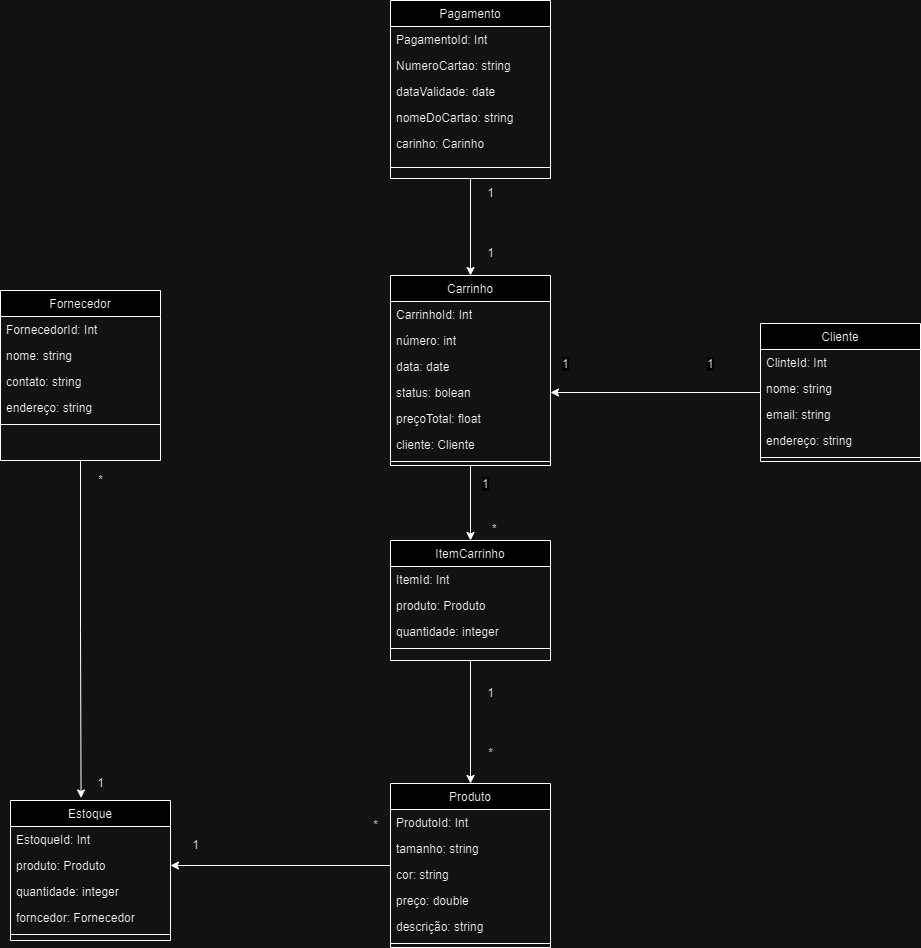
Above: imagem drawio/diagrama.png in Aramischangchain/camisa_online (draw.io), before the change. Source tidied: cells renumbered, new cells last; positions are measured from the earlier drawing's top-left corner, leaving out a move shared by most shapes.
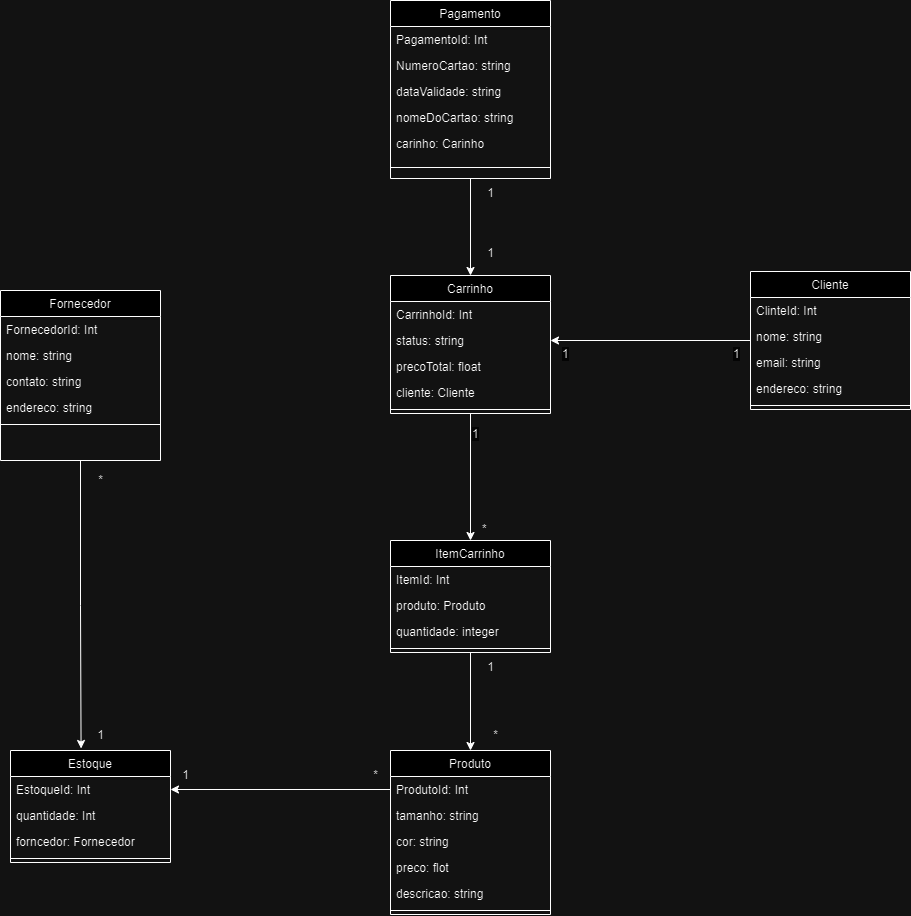
After the commit.

Diff of the diagram source:
```diff
@@ -6,7 +6,7 @@
       <mxGeometry relative="1" as="geometry" />
     </mxCell>
     <mxCell id="3" value="Cliente" style="swimlane;fontStyle=0;align=center;verticalAlign=top;horizontal=1;startSize=26;rounded=0;shadow=0;strokeWidth=1;" parent="1" vertex="1">
-      <mxGeometry x="760" y="323" width="160" height="138" as="geometry" />
+      <mxGeometry x="750" y="271" width="160" height="138" as="geometry" />
     </mxCell>
     <mxCell id="4" value="ClinteId: Int" style="text;align=left;verticalAlign=top;spacingLeft=4;spacingRight=4;overflow=hidden;" parent="3" vertex="1">
       <mxGeometry y="26" width="160" height="26" as="geometry" />
@@ -17,7 +17,7 @@
     <mxCell id="6" value="email: string  " style="text;align=left;verticalAlign=top;spacingLeft=4;spacingRight=4;overflow=hidden;rounded=0;shadow=0;html=0;" parent="3" vertex="1">
       <mxGeometry y="78" width="160" height="26" as="geometry" />
     </mxCell>
-    <mxCell id="7" value="endereço: string" style="text;align=left;verticalAlign=top;spacingLeft=4;spacingRight=4;overflow=hidden;rounded=0;shadow=0;html=0;" parent="3" vertex="1">
+    <mxCell id="7" value="endereco: string" style="text;align=left;verticalAlign=top;spacingLeft=4;spacingRight=4;overflow=hidden;rounded=0;shadow=0;html=0;" parent="3" vertex="1">
       <mxGeometry y="104" width="160" height="26" as="geometry" />
     </mxCell>
     <mxCell id="8" style="line;html=1;strokeWidth=1;align=left;verticalAlign=middle;spacingTop=-1;spacingLeft=3;spacingRight=3;labelPosition=right;" parent="3" vertex="1">
@@ -27,34 +27,28 @@
       <mxGeometry relative="1" as="geometry" />
     </mxCell>
     <mxCell id="10" value="Carrinho" style="swimlane;fontStyle=0;align=center;verticalAlign=top;horizontal=1;startSize=26;rounded=0;shadow=0;strokeWidth=1;" parent="1" vertex="1">
-      <mxGeometry x="390" y="275" width="160" height="190" as="geometry" />
+      <mxGeometry x="390" y="275" width="160" height="138" as="geometry" />
     </mxCell>
     <mxCell id="11" value="CarrinhoId: Int" style="text;align=left;verticalAlign=top;spacingLeft=4;spacingRight=4;overflow=hidden;" parent="10" vertex="1">
       <mxGeometry y="26" width="160" height="26" as="geometry" />
     </mxCell>
-    <mxCell id="12" value="número: int" style="text;align=left;verticalAlign=top;spacingLeft=4;spacingRight=4;overflow=hidden;" parent="10" vertex="1">
-      <mxGeometry y="52" width="160" height="26" as="geometry" />
-    </mxCell>
-    <mxCell id="13" value="data: date  " style="text;align=left;verticalAlign=top;spacingLeft=4;spacingRight=4;overflow=hidden;rounded=0;shadow=0;html=0;" parent="10" vertex="1">
-      <mxGeometry y="78" width="160" height="26" as="geometry" />
-    </mxCell>
-    <mxCell id="14" value="status: bolean" style="text;align=left;verticalAlign=top;spacingLeft=4;spacingRight=4;overflow=hidden;points=[[0,0.5],[1,0.5]];portConstraint=eastwest;rounded=0;shadow=0;html=0;" parent="10" vertex="1">
-      <mxGeometry y="104" width="160" height="26" as="geometry" />
+    <mxCell id="14" value="status: string" style="text;align=left;verticalAlign=top;spacingLeft=4;spacingRight=4;overflow=hidden;points=[[0,0.5],[1,0.5]];portConstraint=eastwest;rounded=0;shadow=0;html=0;" parent="10" vertex="1">
+      <mxGeometry y="52" width="160" height="26" as="geometry" />
     </mxCell>
-    <mxCell id="15" value="preçoTotal: float" style="text;align=left;verticalAlign=top;spacingLeft=4;spacingRight=4;overflow=hidden;rounded=0;shadow=0;html=0;" parent="10" vertex="1">
-      <mxGeometry y="130" width="160" height="26" as="geometry" />
+    <mxCell id="15" value="precoTotal: float" style="text;align=left;verticalAlign=top;spacingLeft=4;spacingRight=4;overflow=hidden;rounded=0;shadow=0;html=0;" parent="10" vertex="1">
+      <mxGeometry y="78" width="160" height="26" as="geometry" />
     </mxCell>
     <mxCell id="16" value="cliente: Cliente" style="text;align=left;verticalAlign=top;spacingLeft=4;spacingRight=4;overflow=hidden;rounded=0;shadow=0;html=0;" parent="10" vertex="1">
-      <mxGeometry y="156" width="160" height="26" as="geometry" />
+      <mxGeometry y="104" width="160" height="26" as="geometry" />
     </mxCell>
     <mxCell id="17" style="line;html=1;strokeWidth=1;align=left;verticalAlign=middle;spacingTop=-1;spacingLeft=3;spacingRight=3;labelPosition=right;" parent="10" vertex="1">
-      <mxGeometry y="182" width="160" height="8" as="geometry" />
+      <mxGeometry y="130" width="160" height="8" as="geometry" />
     </mxCell>
     <mxCell id="18" style="edgeStyle=orthogonalEdgeStyle;rounded=0;jettySize=auto;html=1;entryX=0.5;entryY=0;entryDx=0;entryDy=0;" parent="1" edge="1" source="19" target="26">
       <mxGeometry relative="1" as="geometry" />
     </mxCell>
     <mxCell id="19" value="ItemCarrinho" style="swimlane;fontStyle=0;align=center;verticalAlign=top;horizontal=1;startSize=26;rounded=0;shadow=0;strokeWidth=1;" parent="1" vertex="1">
-      <mxGeometry x="390" y="540" width="160" height="120" as="geometry" />
+      <mxGeometry x="390" y="540" width="160" height="112" as="geometry" />
     </mxCell>
     <mxCell id="20" value="ItemId: Int" style="text;align=left;verticalAlign=top;spacingLeft=4;spacingRight=4;overflow=hidden;" parent="19" vertex="1">
       <mxGeometry y="26" width="160" height="26" as="geometry" />
@@ -69,13 +63,10 @@
       <mxGeometry y="104" width="160" height="8" as="geometry" />
     </mxCell>
     <mxCell id="24" value="&lt;span style=&quot;color: rgb(0, 0, 0); font-family: Helvetica; font-size: 12px; font-style: normal; font-variant-ligatures: normal; font-variant-caps: normal; font-weight: 400; letter-spacing: normal; orphans: 2; text-align: right; text-indent: 0px; text-transform: none; widows: 2; word-spacing: 0px; -webkit-text-stroke-width: 0px; background-color: rgb(251, 251, 251); text-decoration-thickness: initial; text-decoration-style: initial; text-decoration-color: initial; float: none; display: inline !important;&quot;&gt;1&lt;/span&gt;" style="text;whiteSpace=wrap;html=1;" parent="1" vertex="1">
-      <mxGeometry x="480" y="470" width="40" height="20" as="geometry" />
+      <mxGeometry x="470" y="420" width="40" height="20" as="geometry" />
     </mxCell>
-    <mxCell id="25" style="edgeStyle=orthogonalEdgeStyle;rounded=0;jettySize=auto;html=1;entryX=1;entryY=0.5;entryDx=0;entryDy=0;" parent="1" edge="1" source="26" target="41">
-      <mxGeometry relative="1" as="geometry" />
-    </mxCell>
     <mxCell id="26" value="Produto" style="swimlane;fontStyle=0;align=center;verticalAlign=top;horizontal=1;startSize=26;rounded=0;shadow=0;strokeWidth=1;" parent="1" vertex="1">
-      <mxGeometry x="390" y="783" width="160" height="164" as="geometry" />
+      <mxGeometry x="390" y="750" width="160" height="164" as="geometry" />
     </mxCell>
     <mxCell id="27" value="ProdutoId: Int" style="text;align=left;verticalAlign=top;spacingLeft=4;spacingRight=4;overflow=hidden;points=[[0,0.5],[1,0.5]];portConstraint=eastwest;" parent="26" vertex="1">
       <mxGeometry y="26" width="160" height="26" as="geometry" />
@@ -86,10 +77,10 @@
     <mxCell id="29" value="cor: string" style="text;align=left;verticalAlign=top;spacingLeft=4;spacingRight=4;overflow=hidden;rounded=0;shadow=0;html=0;" parent="26" vertex="1">
       <mxGeometry y="78" width="160" height="26" as="geometry" />
     </mxCell>
-    <mxCell id="30" value="preço: double" style="text;align=left;verticalAlign=top;spacingLeft=4;spacingRight=4;overflow=hidden;rounded=0;shadow=0;html=0;" parent="26" vertex="1">
+    <mxCell id="30" value="preco: flot" style="text;align=left;verticalAlign=top;spacingLeft=4;spacingRight=4;overflow=hidden;rounded=0;shadow=0;html=0;" parent="26" vertex="1">
       <mxGeometry y="104" width="160" height="26" as="geometry" />
     </mxCell>
-    <mxCell id="31" value="descrição: string" style="text;align=left;verticalAlign=top;spacingLeft=4;spacingRight=4;overflow=hidden;rounded=0;shadow=0;html=0;" parent="26" vertex="1">
+    <mxCell id="31" value="descricao: string" style="text;align=left;verticalAlign=top;spacingLeft=4;spacingRight=4;overflow=hidden;rounded=0;shadow=0;html=0;" parent="26" vertex="1">
       <mxGeometry y="130" width="160" height="26" as="geometry" />
     </mxCell>
     <mxCell id="32" style="line;html=1;strokeWidth=1;align=left;verticalAlign=middle;spacingTop=-1;spacingLeft=3;spacingRight=3;labelPosition=right;" parent="26" vertex="1">
@@ -107,29 +98,26 @@
     <mxCell id="36" value="contato: string  " style="text;align=left;verticalAlign=top;spacingLeft=4;spacingRight=4;overflow=hidden;rounded=0;shadow=0;html=0;" parent="33" vertex="1">
       <mxGeometry y="78" width="160" height="26" as="geometry" />
     </mxCell>
-    <mxCell id="37" value="endereço: string" style="text;align=left;verticalAlign=top;spacingLeft=4;spacingRight=4;overflow=hidden;rounded=0;shadow=0;html=0;" parent="33" vertex="1">
+    <mxCell id="37" value="endereco: string" style="text;align=left;verticalAlign=top;spacingLeft=4;spacingRight=4;overflow=hidden;rounded=0;shadow=0;html=0;" parent="33" vertex="1">
       <mxGeometry y="104" width="160" height="26" as="geometry" />
     </mxCell>
     <mxCell id="38" style="line;html=1;strokeWidth=1;align=left;verticalAlign=middle;spacingTop=-1;spacingLeft=3;spacingRight=3;labelPosition=right;" parent="33" vertex="1">
       <mxGeometry y="130" width="160" height="8" as="geometry" />
     </mxCell>
     <mxCell id="39" value="Estoque" style="swimlane;fontStyle=0;align=center;verticalAlign=top;horizontal=1;startSize=26;rounded=0;shadow=0;strokeWidth=1;" parent="1" vertex="1">
-      <mxGeometry x="10" y="800" width="160" height="140" as="geometry" />
+      <mxGeometry x="10" y="750" width="160" height="112" as="geometry" />
     </mxCell>
     <mxCell id="40" value="EstoqueId: Int" style="text;align=left;verticalAlign=top;spacingLeft=4;spacingRight=4;overflow=hidden;points=[[0,0.5],[1,0.5]];portConstraint=eastwest;" parent="39" vertex="1">
       <mxGeometry y="26" width="160" height="26" as="geometry" />
     </mxCell>
-    <mxCell id="41" value="produto: Produto" style="text;align=left;verticalAlign=top;spacingLeft=4;spacingRight=4;overflow=hidden;points=[[0,0.5],[1,0.5]];portConstraint=eastwest;" parent="39" vertex="1">
-      <mxGeometry y="52" width="160" height="26" as="geometry" />
-    </mxCell>
-    <mxCell id="42" value="quantidade: integer" style="text;align=left;verticalAlign=top;spacingLeft=4;spacingRight=4;overflow=hidden;rounded=0;shadow=0;html=0;" parent="39" vertex="1">
-      <mxGeometry y="78" width="160" height="26" as="geometry" />
+    <mxCell id="42" value="quantidade: Int" style="text;align=left;verticalAlign=top;spacingLeft=4;spacingRight=4;overflow=hidden;rounded=0;shadow=0;html=0;" parent="39" vertex="1">
+      <mxGeometry y="52" width="160" height="26" as="geometry" />
     </mxCell>
     <mxCell id="43" value="forncedor: Fornecedor" style="text;align=left;verticalAlign=top;spacingLeft=4;spacingRight=4;overflow=hidden;rounded=0;shadow=0;html=0;" parent="39" vertex="1">
-      <mxGeometry y="104" width="160" height="26" as="geometry" />
+      <mxGeometry y="78" width="160" height="26" as="geometry" />
     </mxCell>
     <mxCell id="44" style="line;html=1;strokeWidth=1;align=left;verticalAlign=middle;spacingTop=-1;spacingLeft=3;spacingRight=3;labelPosition=right;" parent="39" vertex="1">
-      <mxGeometry y="130" width="160" height="8" as="geometry" />
+      <mxGeometry y="104" width="160" height="8" as="geometry" />
     </mxCell>
     <mxCell id="45" style="edgeStyle=orthogonalEdgeStyle;rounded=0;jettySize=auto;html=1;entryX=0.5;entryY=0;entryDx=0;entryDy=0;" parent="1" edge="1" source="46" target="10">
       <mxGeometry relative="1" as="geometry" />
@@ -143,7 +131,7 @@
     <mxCell id="48" value="NumeroCartao: string" style="text;align=left;verticalAlign=top;spacingLeft=4;spacingRight=4;overflow=hidden;" parent="46" vertex="1">
       <mxGeometry y="52" width="160" height="26" as="geometry" />
     </mxCell>
-    <mxCell id="49" value="dataValidade: date  " style="text;align=left;verticalAlign=top;spacingLeft=4;spacingRight=4;overflow=hidden;rounded=0;shadow=0;html=0;" parent="46" vertex="1">
+    <mxCell id="49" value="dataValidade: string " style="text;align=left;verticalAlign=top;spacingLeft=4;spacingRight=4;overflow=hidden;rounded=0;shadow=0;html=0;" parent="46" vertex="1">
       <mxGeometry y="78" width="160" height="26" as="geometry" />
     </mxCell>
     <mxCell id="50" value="nomeDoCartao: string" style="text;align=left;verticalAlign=top;spacingLeft=4;spacingRight=4;overflow=hidden;rounded=0;shadow=0;html=0;" parent="46" vertex="1">
@@ -156,25 +144,25 @@
       <mxGeometry y="156" width="160" height="22" as="geometry" />
     </mxCell>
     <mxCell id="53" value="&lt;span style=&quot;color: rgb(0, 0, 0); font-family: Helvetica; font-size: 12px; font-style: normal; font-variant-ligatures: normal; font-variant-caps: normal; font-weight: 400; letter-spacing: normal; orphans: 2; text-align: right; text-indent: 0px; text-transform: none; widows: 2; word-spacing: 0px; -webkit-text-stroke-width: 0px; background-color: rgb(251, 251, 251); text-decoration-thickness: initial; text-decoration-style: initial; text-decoration-color: initial; float: none; display: inline !important;&quot;&gt;1&lt;/span&gt;" style="text;whiteSpace=wrap;html=1;" parent="1" vertex="1">
-      <mxGeometry x="560" y="350" width="40" height="20" as="geometry" />
+      <mxGeometry x="560" y="340" width="40" height="20" as="geometry" />
     </mxCell>
     <mxCell id="54" value="&lt;span style=&quot;color: rgb(0, 0, 0); font-family: Helvetica; font-size: 12px; font-style: normal; font-variant-ligatures: normal; font-variant-caps: normal; font-weight: 400; letter-spacing: normal; orphans: 2; text-align: right; text-indent: 0px; text-transform: none; widows: 2; word-spacing: 0px; -webkit-text-stroke-width: 0px; background-color: rgb(251, 251, 251); text-decoration-thickness: initial; text-decoration-style: initial; text-decoration-color: initial; float: none; display: inline !important;&quot;&gt;1&lt;/span&gt;" style="text;whiteSpace=wrap;html=1;" parent="1" vertex="1">
-      <mxGeometry x="705" y="350" width="24" height="20" as="geometry" />
+      <mxGeometry x="731" y="340" width="29" height="20" as="geometry" />
     </mxCell>
     <mxCell id="55" value="&lt;div style=&quot;text-align: right;&quot;&gt;&lt;span style=&quot;background-color: initial;&quot;&gt;*&lt;/span&gt;&lt;/div&gt;" style="text;whiteSpace=wrap;html=1;" parent="1" vertex="1">
-      <mxGeometry x="490" y="515" width="40" height="20" as="geometry" />
+      <mxGeometry x="480" y="515" width="40" height="20" as="geometry" />
     </mxCell>
     <mxCell id="56" value="*" style="text;html=1;align=center;verticalAlign=middle;strokeColor=none;fillColor=none;" parent="1" vertex="1">
-      <mxGeometry x="360" y="810" width="30" height="30" as="geometry" />
+      <mxGeometry x="360" y="760" width="30" height="30" as="geometry" />
     </mxCell>
     <mxCell id="57" value="1" style="text;html=1;align=center;verticalAlign=middle;strokeColor=none;fillColor=none;" parent="1" vertex="1">
-      <mxGeometry x="180" y="830" width="30" height="30" as="geometry" />
+      <mxGeometry x="170" y="760" width="30" height="30" as="geometry" />
     </mxCell>
     <mxCell id="58" value="1" style="text;html=1;align=center;verticalAlign=middle;strokeColor=none;fillColor=none;" parent="1" vertex="1">
-      <mxGeometry x="475" y="678" width="30" height="30" as="geometry" />
+      <mxGeometry x="475" y="652" width="30" height="30" as="geometry" />
     </mxCell>
     <mxCell id="59" value="*" style="text;html=1;align=center;verticalAlign=middle;strokeColor=none;fillColor=none;" parent="1" vertex="1">
-      <mxGeometry x="475" y="738" width="30" height="30" as="geometry" />
+      <mxGeometry x="480" y="720" width="30" height="30" as="geometry" />
     </mxCell>
     <mxCell id="60" style="edgeStyle=orthogonalEdgeStyle;rounded=0;jettySize=auto;html=1;entryX=0.441;entryY=-0.018;entryDx=0;entryDy=0;entryPerimeter=0;" parent="1" edge="1" source="33" target="39">
       <mxGeometry relative="1" as="geometry" />
@@ -183,7 +171,7 @@
       <mxGeometry x="85" y="465" width="30" height="30" as="geometry" />
     </mxCell>
     <mxCell id="62" value="1" style="text;html=1;align=center;verticalAlign=middle;strokeColor=none;fillColor=none;" parent="1" vertex="1">
-      <mxGeometry x="85" y="768" width="30" height="30" as="geometry" />
+      <mxGeometry x="85" y="720" width="30" height="30" as="geometry" />
     </mxCell>
     <mxCell id="63" value="1" style="text;html=1;align=center;verticalAlign=middle;strokeColor=none;fillColor=none;" parent="1" vertex="1">
       <mxGeometry x="475" y="178" width="30" height="30" as="geometry" />
@@ -191,5 +179,8 @@
     <mxCell id="64" value="1" style="text;html=1;align=center;verticalAlign=middle;strokeColor=none;fillColor=none;" parent="1" vertex="1">
       <mxGeometry x="475" y="238" width="30" height="30" as="geometry" />
     </mxCell>
+    <mxCell id="65" style="edgeStyle=orthogonalEdgeStyle;rounded=0;jettySize=auto;html=1;" parent="1" edge="1" source="27" target="40">
+      <mxGeometry relative="1" as="geometry" />
+    </mxCell>
   </root>
 </mxGraphModel>
```
